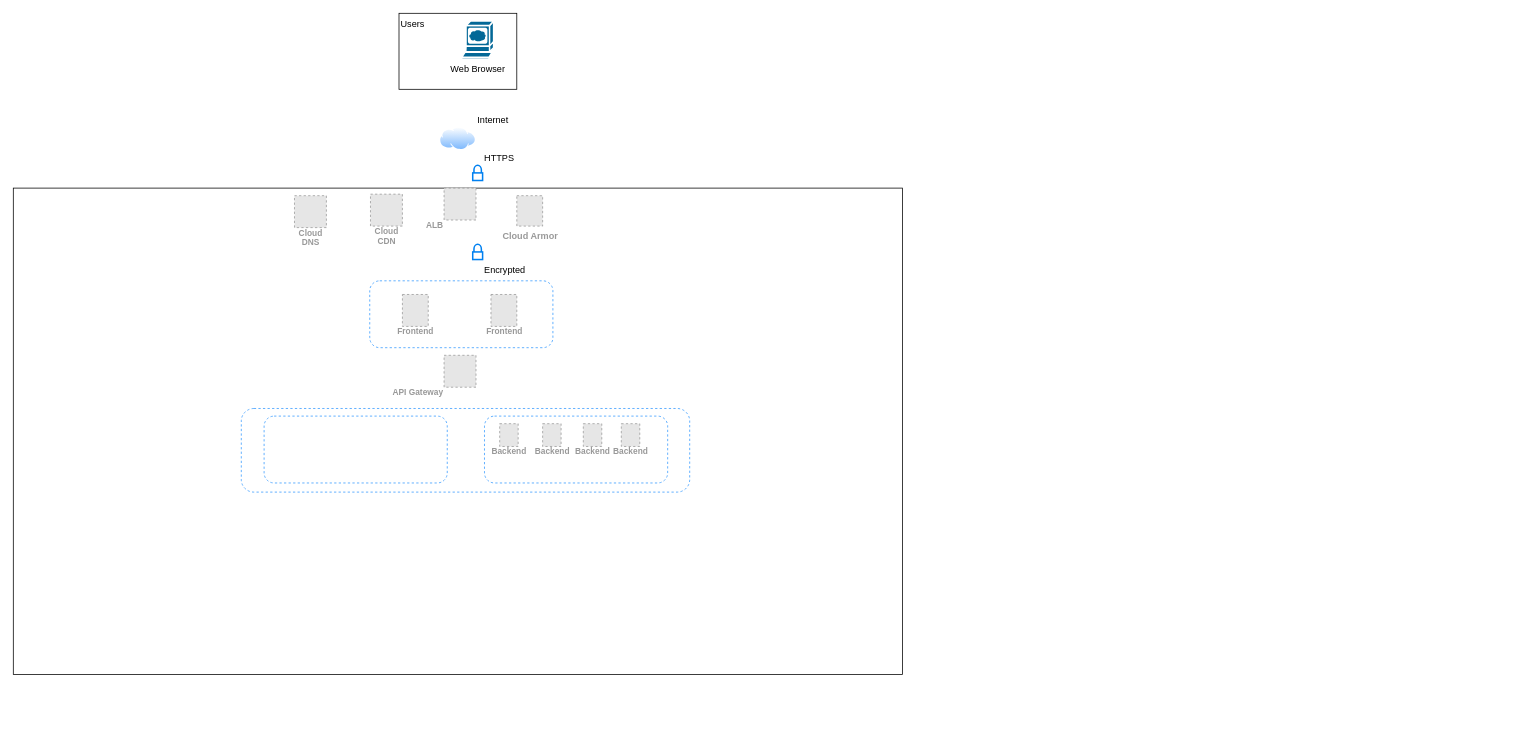
This is Untitled Diagram.drawio from shebinbabu05/CI-CD-with-Jenkins, a draw.io file, before an edit. Source tidied: cells renumbered, new cells numbered last; positions are measured from the earlier drawing's top-left corner, leaving out a move shared by most shapes. Both pictures are drawn from the tidied source at 76%, with x=0, y=0 at pixel (13, 13). Pictures stored in the file or linked from it are replaced by grey dashed boxes.
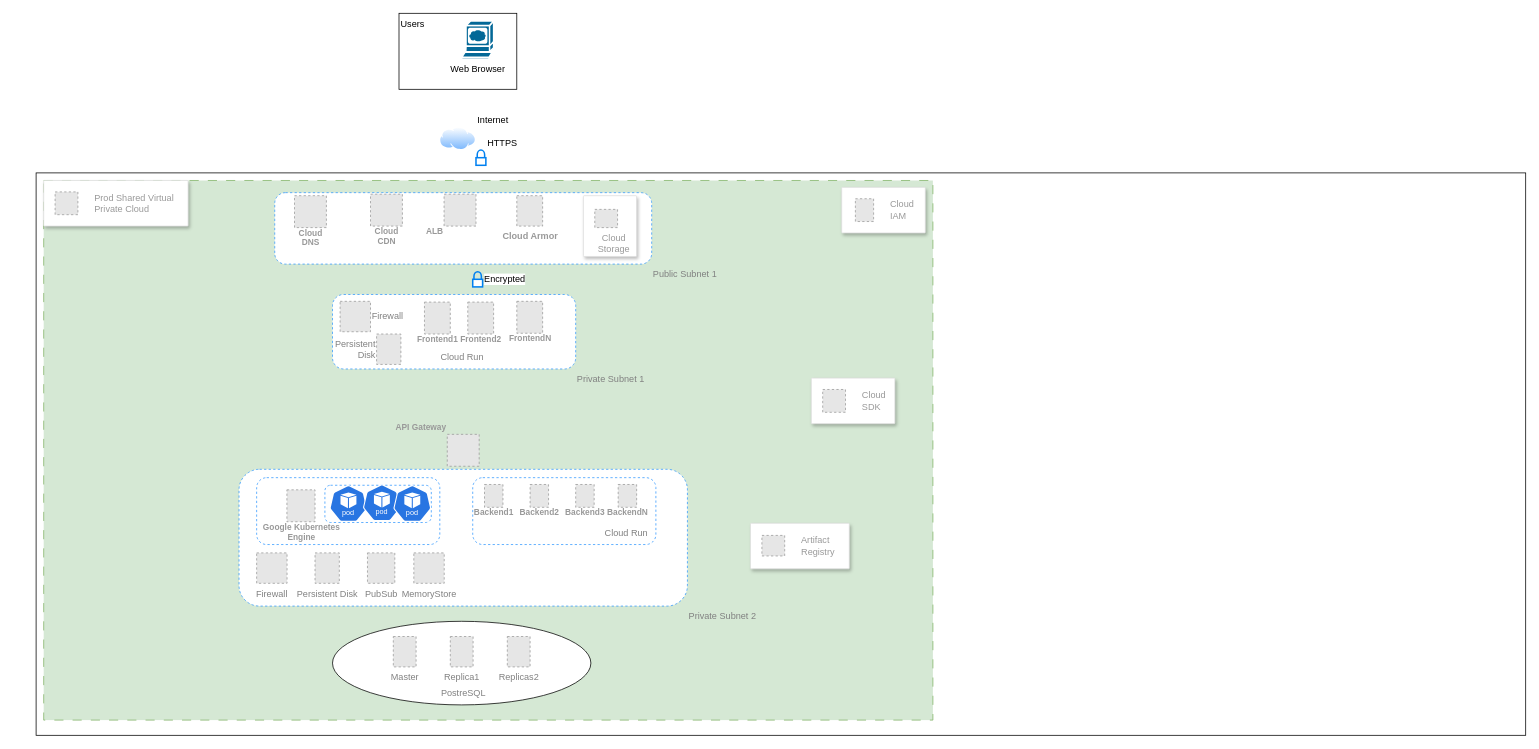
Above is the later version.

The edit, as a diff of the source:
```diff
@@
     <mxCell id="2" style="whiteSpace=wrap;html=1;" parent="1" vertex="1">
-      <mxGeometry y="230" width="1170" height="640" as="geometry" />
+      <mxGeometry x="30" y="210" width="1960" height="740" as="geometry" />
     </mxCell>
+    <mxCell id="23" style="whiteSpace=wrap;html=1;dashed=1;dashPattern=12 12;fillColor=#d5e8d4;strokeColor=#82b366;labelPosition=right;verticalLabelPosition=bottom;align=left;verticalAlign=bottom;" parent="1" vertex="1">
+      <mxGeometry x="40" y="220" width="1170" height="710" as="geometry" />
+    </mxCell>
+    <mxCell id="24" value="&lt;font color=&quot;#808080&quot;&gt;Public Subnet 1&lt;/font&gt;" style="whiteSpace=wrap;html=1;dashed=1;rounded=1;glass=0;strokeColor=#3399FF;labelPosition=right;verticalLabelPosition=bottom;align=left;verticalAlign=top;" parent="1" vertex="1">
+      <mxGeometry x="344" y="236" width="496" height="94" as="geometry" />
+    </mxCell>
-    <mxCell id="3" style="whiteSpace=wrap;html=1;dashed=1;rounded=1;glass=0;strokeColor=#3399FF;labelPosition=right;verticalLabelPosition=bottom;align=left;verticalAlign=top;" parent="1" vertex="1">
-      <mxGeometry x="469" y="352" width="241" height="88" as="geometry" />
+    <mxCell id="3" value="&lt;font color=&quot;#808080&quot;&gt;Private Subnet 1&lt;/font&gt;" style="whiteSpace=wrap;html=1;dashed=1;rounded=1;glass=0;strokeColor=#3399FF;labelPosition=right;verticalLabelPosition=bottom;align=left;verticalAlign=top;" parent="1" vertex="1">
+      <mxGeometry x="420" y="370" width="320" height="98" as="geometry" />
     </mxCell>
@@
     <mxCell id="7" value="ALB" style="fillColor=#E6E6E6;strokeColor=#999999;dashed=1;html=1;verticalAlign=top;labelPosition=left;verticalLabelPosition=bottom;align=right;spacingTop=-6;fontSize=11;fontStyle=1;fontColor=#999999;" parent="1" vertex="1">
-      <mxGeometry x="566.8" y="230" width="42" height="42" as="geometry" />
+      <mxGeometry x="566.8" y="238" width="42" height="42" as="geometry" />
     </mxCell>
-    <mxCell id="8" value="API Gateway" style="fillColor=#E6E6E6;strokeColor=#999999;dashed=1;html=1;verticalAlign=top;labelPosition=left;verticalLabelPosition=bottom;align=right;spacingTop=-6;fontSize=11;fontStyle=1;fontColor=#999999;" parent="1" vertex="1">
-      <mxGeometry x="566.8" y="450" width="42" height="42" as="geometry" />
+    <mxCell id="8" value="API Gateway" style="fillColor=#E6E6E6;strokeColor=#999999;dashed=1;html=1;verticalAlign=bottom;labelPosition=left;verticalLabelPosition=top;align=right;spacingTop=-6;fontSize=11;fontStyle=1;fontColor=#999999;" parent="1" vertex="1">
+      <mxGeometry x="571" y="554" width="42" height="42" as="geometry" />
     </mxCell>
     <mxCell id="9" value="&lt;div style=&quot;text-align: justify;&quot;&gt;HTTPS&lt;/div&gt;" style="html=1;verticalLabelPosition=top;align=left;labelBackgroundColor=#ffffff;verticalAlign=bottom;strokeWidth=2;strokeColor=#0080F0;shadow=0;dashed=0;shape=mxgraph.ios7.icons.locked;labelPosition=right;" parent="1" vertex="1">
-      <mxGeometry x="604.5" y="200" width="13" height="20" as="geometry" />
+      <mxGeometry x="608.8" y="180" width="13" height="20" as="geometry" />
     </mxCell>
-    <mxCell id="10" value="&lt;div style=&quot;text-align: justify;&quot;&gt;Encrypted&lt;/div&gt;" style="html=1;verticalLabelPosition=bottom;align=left;labelBackgroundColor=#ffffff;verticalAlign=top;strokeWidth=2;strokeColor=#0080F0;shadow=0;dashed=0;shape=mxgraph.ios7.icons.locked;labelPosition=right;" parent="1" vertex="1">
-      <mxGeometry x="604.5" y="304" width="13" height="20" as="geometry" />
+    <mxCell id="10" value="&lt;div style=&quot;text-align: justify;&quot;&gt;Encrypted&lt;/div&gt;" style="html=1;verticalLabelPosition=middle;align=left;labelBackgroundColor=#ffffff;verticalAlign=middle;strokeWidth=2;strokeColor=#0080F0;shadow=0;dashed=0;shape=mxgraph.ios7.icons.locked;labelPosition=right;" parent="1" vertex="1">
+      <mxGeometry x="604.5" y="340" width="13" height="20" as="geometry" />
     </mxCell>
@@
-    <mxCell id="14" value="Frontend" style="fillColor=#E6E6E6;strokeColor=#999999;dashed=1;html=1;verticalAlign=top;labelPosition=center;verticalLabelPosition=bottom;align=center;spacingTop=-6;fontSize=11;fontStyle=1;fontColor=#999999;" parent="1" vertex="1">
-      <mxGeometry x="512" y="370" width="34" height="42" as="geometry" />
+    <mxCell id="14" value="Frontend1" style="fillColor=#E6E6E6;strokeColor=#999999;dashed=1;html=1;verticalAlign=top;labelPosition=center;verticalLabelPosition=bottom;align=center;spacingTop=-6;fontSize=11;fontStyle=1;fontColor=#999999;" parent="1" vertex="1">
+      <mxGeometry x="541" y="380" width="34" height="42" as="geometry" />
     </mxCell>
-    <mxCell id="15" value="Frontend" style="fillColor=#E6E6E6;strokeColor=#999999;dashed=1;html=1;verticalAlign=top;labelPosition=center;verticalLabelPosition=bottom;align=center;spacingTop=-6;fontSize=11;fontStyle=1;fontColor=#999999;" parent="1" vertex="1">
-      <mxGeometry x="628.5" y="370" width="34" height="42" as="geometry" />
+    <mxCell id="15" value="Frontend2" style="fillColor=#E6E6E6;strokeColor=#999999;dashed=1;html=1;verticalAlign=top;labelPosition=center;verticalLabelPosition=bottom;align=center;spacingTop=-6;fontSize=11;fontStyle=1;fontColor=#999999;" parent="1" vertex="1">
+      <mxGeometry x="598" y="380" width="34" height="42" as="geometry" />
     </mxCell>
-    <mxCell id="16" style="whiteSpace=wrap;html=1;dashed=1;rounded=1;glass=0;strokeColor=#3399FF;labelPosition=right;verticalLabelPosition=bottom;align=left;verticalAlign=top;" parent="1" vertex="1">
-      <mxGeometry x="300" y="520" width="590" height="110" as="geometry" />
+    <mxCell id="16" value="&lt;font color=&quot;#808080&quot;&gt;Private Subnet 2&lt;/font&gt;" style="whiteSpace=wrap;html=1;dashed=1;rounded=1;glass=0;strokeColor=#3399FF;labelPosition=right;verticalLabelPosition=bottom;align=left;verticalAlign=top;" parent="1" vertex="1">
+      <mxGeometry x="297" y="600" width="590" height="180" as="geometry" />
     </mxCell>
     <mxCell id="17" style="whiteSpace=wrap;html=1;dashed=1;rounded=1;glass=0;strokeColor=#3399FF;labelPosition=right;verticalLabelPosition=bottom;align=left;verticalAlign=top;" parent="1" vertex="1">
-      <mxGeometry x="330" y="530" width="241" height="88" as="geometry" />
+      <mxGeometry x="320.2" y="611" width="241" height="88" as="geometry" />
     </mxCell>
     <mxCell id="18" style="whiteSpace=wrap;html=1;dashed=1;rounded=1;glass=0;strokeColor=#3399FF;labelPosition=right;verticalLabelPosition=bottom;align=left;verticalAlign=top;" parent="1" vertex="1">
-      <mxGeometry x="620" y="530" width="241" height="88" as="geometry" />
+      <mxGeometry x="604.5" y="611" width="241" height="88" as="geometry" />
     </mxCell>
-    <mxCell id="19" value="Backend" style="fillColor=#E6E6E6;strokeColor=#999999;dashed=1;html=1;verticalAlign=top;labelPosition=center;verticalLabelPosition=bottom;align=center;spacingTop=-6;fontSize=11;fontStyle=1;fontColor=#999999;" parent="1" vertex="1">
-      <mxGeometry x="640" y="540" width="24.3" height="30" as="geometry" />
+    <mxCell id="19" value="Backend1" style="fillColor=#E6E6E6;strokeColor=#999999;dashed=1;html=1;verticalAlign=top;labelPosition=center;verticalLabelPosition=bottom;align=center;spacingTop=-6;fontSize=11;fontStyle=1;fontColor=#999999;" parent="1" vertex="1">
+      <mxGeometry x="620" y="620" width="24.3" height="30" as="geometry" />
     </mxCell>
-    <mxCell id="20" value="Backend" style="fillColor=#E6E6E6;strokeColor=#999999;dashed=1;html=1;verticalAlign=top;labelPosition=center;verticalLabelPosition=bottom;align=center;spacingTop=-6;fontSize=11;fontStyle=1;fontColor=#999999;" parent="1" vertex="1">
-      <mxGeometry x="696.5" y="540" width="24.3" height="30" as="geometry" />
+    <mxCell id="20" value="Backend2" style="fillColor=#E6E6E6;strokeColor=#999999;dashed=1;html=1;verticalAlign=top;labelPosition=center;verticalLabelPosition=bottom;align=center;spacingTop=-6;fontSize=11;fontStyle=1;fontColor=#999999;" parent="1" vertex="1">
+      <mxGeometry x="680" y="620" width="24.3" height="30" as="geometry" />
     </mxCell>
-    <mxCell id="21" value="Backend" style="fillColor=#E6E6E6;strokeColor=#999999;dashed=1;html=1;verticalAlign=top;labelPosition=center;verticalLabelPosition=bottom;align=center;spacingTop=-6;fontSize=11;fontStyle=1;fontColor=#999999;" parent="1" vertex="1">
-      <mxGeometry x="750" y="540" width="24.3" height="30" as="geometry" />
+    <mxCell id="21" value="Backend3" style="fillColor=#E6E6E6;strokeColor=#999999;dashed=1;html=1;verticalAlign=top;labelPosition=center;verticalLabelPosition=bottom;align=center;spacingTop=-6;fontSize=11;fontStyle=1;fontColor=#999999;" parent="1" vertex="1">
+      <mxGeometry x="740" y="620" width="24.3" height="30" as="geometry" />
     </mxCell>
-    <mxCell id="22" value="Backend" style="fillColor=#E6E6E6;strokeColor=#999999;dashed=1;html=1;verticalAlign=top;labelPosition=center;verticalLabelPosition=bottom;align=center;spacingTop=-6;fontSize=11;fontStyle=1;fontColor=#999999;" parent="1" vertex="1">
-      <mxGeometry x="800" y="540" width="24.3" height="30" as="geometry" />
+    <mxCell id="22" value="BackendN" style="fillColor=#E6E6E6;strokeColor=#999999;dashed=1;html=1;verticalAlign=top;labelPosition=center;verticalLabelPosition=bottom;align=center;spacingTop=-6;fontSize=11;fontStyle=1;fontColor=#999999;" parent="1" vertex="1">
+      <mxGeometry x="795.9" y="620" width="24.3" height="30" as="geometry" />
     </mxCell>
+    <mxCell id="25" style="strokeColor=#dddddd;shadow=1;strokeWidth=1;rounded=1;absoluteArcSize=1;arcSize=2;" parent="1" vertex="1">
+      <mxGeometry x="750.1" y="240" width="70" height="80" as="geometry" />
+    </mxCell>
+    <mxCell id="26" value="Cloud&#10;Storage" style="fillColor=#E6E6E6;strokeColor=#999999;dashed=1;html=1;fontColor=#999999;verticalLabelPosition=bottom;verticalAlign=top;labelPosition=center;align=center;spacingLeft=20;" parent="25" vertex="1">
+      <mxGeometry width="30" height="24" relative="1" as="geometry">
+        <mxPoint x="15" y="18" as="offset" />
+      </mxGeometry>
+    </mxCell>
+    <mxCell id="27" value="&lt;font color=&quot;#808080&quot;&gt;Cloud Run&amp;nbsp;&lt;/font&gt;" style="text;strokeColor=none;align=center;fillColor=none;html=1;verticalAlign=middle;whiteSpace=wrap;rounded=0;" parent="1" vertex="1">
+      <mxGeometry x="554.5" y="438" width="75" height="30" as="geometry" />
+    </mxCell>
+    <mxCell id="28" value="&lt;font color=&quot;#808080&quot;&gt;Cloud Run&amp;nbsp;&lt;/font&gt;" style="text;strokeColor=none;align=center;fillColor=none;html=1;verticalAlign=middle;whiteSpace=wrap;rounded=0;" parent="1" vertex="1">
+      <mxGeometry x="770.5" y="669" width="75" height="30" as="geometry" />
+    </mxCell>
+    <mxCell id="29" value="FrontendN" style="fillColor=#E6E6E6;strokeColor=#999999;dashed=1;html=1;verticalAlign=top;labelPosition=center;verticalLabelPosition=bottom;align=center;spacingTop=-6;fontSize=11;fontStyle=1;fontColor=#999999;" parent="1" vertex="1">
+      <mxGeometry x="662.5" y="379" width="34" height="42" as="geometry" />
+    </mxCell>
+    <mxCell id="30" style="strokeColor=#dddddd;shadow=1;strokeWidth=1;rounded=1;absoluteArcSize=1;arcSize=2;" parent="1" vertex="1">
+      <mxGeometry x="1090" y="229" width="110" height="60" as="geometry" />
+    </mxCell>
+    <mxCell id="31" value="Cloud&#10;IAM" style="fillColor=#E6E6E6;strokeColor=#999999;dashed=1;html=1;fontColor=#999999;verticalLabelPosition=middle;verticalAlign=middle;labelPosition=right;align=left;spacingLeft=20;" parent="30" vertex="1">
+      <mxGeometry width="24" height="30" relative="1" as="geometry">
+        <mxPoint x="18" y="15" as="offset" />
+      </mxGeometry>
+    </mxCell>
+    <mxCell id="32" style="strokeColor=#dddddd;shadow=1;strokeWidth=1;rounded=1;absoluteArcSize=1;arcSize=2;" parent="1" vertex="1">
+      <mxGeometry x="1050" y="480" width="110" height="60" as="geometry" />
+    </mxCell>
+    <mxCell id="33" value="Cloud&#10;SDK" style="fillColor=#E6E6E6;strokeColor=#999999;dashed=1;html=1;fontColor=#999999;verticalLabelPosition=middle;verticalAlign=middle;labelPosition=right;align=left;spacingLeft=20;" parent="32" vertex="1">
+      <mxGeometry width="30" height="30" relative="1" as="geometry">
+        <mxPoint x="15" y="15" as="offset" />
+      </mxGeometry>
+    </mxCell>
+    <mxCell id="34" style="strokeColor=#dddddd;shadow=1;strokeWidth=1;rounded=1;absoluteArcSize=1;arcSize=2;" parent="1" vertex="1">
+      <mxGeometry x="970" y="671" width="130" height="60" as="geometry" />
+    </mxCell>
+    <mxCell id="35" value="Artifact&#10;Registry" style="fillColor=#E6E6E6;strokeColor=#999999;dashed=1;html=1;fontColor=#999999;verticalLabelPosition=middle;verticalAlign=middle;labelPosition=right;align=left;spacingLeft=20;" parent="34" vertex="1">
+      <mxGeometry width="30" height="27" relative="1" as="geometry">
+        <mxPoint x="15" y="16" as="offset" />
+      </mxGeometry>
+    </mxCell>
+    <mxCell id="36" value="Google Kubernetes&#10;Engine" style="fillColor=#E6E6E6;strokeColor=#999999;dashed=1;html=1;verticalAlign=top;labelPosition=center;verticalLabelPosition=bottom;align=center;spacingTop=-6;fontSize=11;fontStyle=1;fontColor=#999999;" parent="1" vertex="1">
+      <mxGeometry x="360" y="627" width="37" height="42" as="geometry" />
+    </mxCell>
+    <mxCell id="37" style="whiteSpace=wrap;html=1;dashed=1;rounded=1;glass=0;strokeColor=#3399FF;labelPosition=right;verticalLabelPosition=bottom;align=left;verticalAlign=top;" parent="1" vertex="1">
+      <mxGeometry x="410" y="621" width="140" height="49" as="geometry" />
+    </mxCell>
+    <mxCell id="38" style="sketch=0;html=1;dashed=0;whitespace=wrap;fillColor=#2875E2;strokeColor=#ffffff;shape=mxgraph.kubernetes.icon2;kubernetesLabel=1;prIcon=pod;" parent="1" vertex="1">
+      <mxGeometry x="416" y="621" width="50" height="48" as="geometry" />
+    </mxCell>
+    <mxCell id="39" style="sketch=0;html=1;dashed=0;whitespace=wrap;fillColor=#2875E2;strokeColor=#ffffff;shape=mxgraph.kubernetes.icon2;kubernetesLabel=1;prIcon=pod;" parent="1" vertex="1">
+      <mxGeometry x="460" y="620" width="50" height="48" as="geometry" />
+    </mxCell>
+    <mxCell id="40" style="sketch=0;html=1;dashed=0;whitespace=wrap;fillColor=#2875E2;strokeColor=#ffffff;shape=mxgraph.kubernetes.icon2;kubernetesLabel=1;prIcon=pod;" parent="1" vertex="1">
+      <mxGeometry x="500" y="621" width="50" height="48" as="geometry" />
+    </mxCell>
+    <mxCell id="41" style="strokeColor=#dddddd;shadow=1;strokeWidth=1;rounded=1;absoluteArcSize=1;arcSize=2;" parent="1" vertex="1">
+      <mxGeometry x="40" y="220" width="190" height="60" as="geometry" />
+    </mxCell>
+    <mxCell id="42" value="Prod Shared Virtual&lt;br&gt;Private Cloud" style="fillColor=#E6E6E6;strokeColor=#999999;dashed=1;html=1;fontColor=#999999;verticalLabelPosition=middle;verticalAlign=middle;labelPosition=right;align=left;spacingLeft=20;" parent="41" vertex="1">
+      <mxGeometry width="30" height="30" relative="1" as="geometry">
+        <mxPoint x="15" y="15" as="offset" />
+      </mxGeometry>
+    </mxCell>
+    <mxCell id="43" style="ellipse;whiteSpace=wrap;html=1;labelPosition=right;verticalLabelPosition=bottom;align=left;verticalAlign=top;" parent="1" vertex="1">
+      <mxGeometry x="420" y="800" width="340" height="110" as="geometry" />
+    </mxCell>
+    <mxCell id="44" value="Master" style="fillColor=#E6E6E6;strokeColor=#999999;dashed=1;html=1;verticalLabelPosition=bottom;labelBackgroundColor=#ffffff;verticalAlign=top;fontColor=#808080;" parent="1" vertex="1">
+      <mxGeometry x="500" y="820" width="30" height="40" as="geometry" />
+    </mxCell>
+    <mxCell id="45" value="Replica1" style="fillColor=#E6E6E6;strokeColor=#999999;dashed=1;html=1;verticalLabelPosition=bottom;labelBackgroundColor=#ffffff;verticalAlign=top;fontColor=#808080;" parent="1" vertex="1">
+      <mxGeometry x="575" y="820" width="30" height="40" as="geometry" />
+    </mxCell>
+    <mxCell id="46" value="Replicas2" style="fillColor=#E6E6E6;strokeColor=#999999;dashed=1;html=1;verticalLabelPosition=bottom;labelBackgroundColor=#ffffff;verticalAlign=top;fontColor=#808080;" parent="1" vertex="1">
+      <mxGeometry x="650" y="820" width="30" height="40" as="geometry" />
+    </mxCell>
+    <mxCell id="47" value="&lt;font color=&quot;#808080&quot;&gt;PostreSQL&lt;/font&gt;" style="text;strokeColor=none;align=center;fillColor=none;html=1;verticalAlign=middle;whiteSpace=wrap;rounded=0;" parent="1" vertex="1">
+      <mxGeometry x="554.5" y="880" width="75" height="30" as="geometry" />
+    </mxCell>
+    <mxCell id="48" value="Firewall" style="fillColor=#E6E6E6;strokeColor=#999999;dashed=1;html=1;verticalLabelPosition=middle;labelBackgroundColor=#ffffff;verticalAlign=middle;fontColor=#808080;labelPosition=right;align=left;" parent="1" vertex="1">
+      <mxGeometry x="430" y="379" width="40" height="40" as="geometry" />
+    </mxCell>
+    <mxCell id="49" value="&lt;font color=&quot;#808080&quot;&gt;Persistent&lt;br&gt;Disk&lt;br&gt;&lt;/font&gt;" style="fillColor=#E6E6E6;strokeColor=#999999;dashed=1;html=1;verticalLabelPosition=middle;labelBackgroundColor=#ffffff;verticalAlign=middle;labelPosition=left;align=right;" parent="1" vertex="1">
+      <mxGeometry x="478" y="422" width="32" height="40" as="geometry" />
+    </mxCell>
+    <mxCell id="50" value="Firewall" style="fillColor=#E6E6E6;strokeColor=#999999;dashed=1;html=1;verticalLabelPosition=bottom;labelBackgroundColor=#ffffff;verticalAlign=top;fontColor=#808080;labelPosition=center;align=center;" parent="1" vertex="1">
+      <mxGeometry x="320.2" y="710" width="40" height="40" as="geometry" />
+    </mxCell>
+    <mxCell id="51" value="&lt;font color=&quot;#808080&quot;&gt;Persistent Disk&lt;br&gt;&lt;/font&gt;" style="fillColor=#E6E6E6;strokeColor=#999999;dashed=1;html=1;verticalLabelPosition=bottom;labelBackgroundColor=#ffffff;verticalAlign=top;labelPosition=center;align=center;" parent="1" vertex="1">
+      <mxGeometry x="397" y="710" width="32" height="40" as="geometry" />
+    </mxCell>
+    <mxCell id="52" value="PubSub" style="fillColor=#E6E6E6;strokeColor=#999999;dashed=1;html=1;verticalLabelPosition=bottom;labelBackgroundColor=#ffffff;verticalAlign=top;fontColor=#808080;" parent="1" vertex="1">
+      <mxGeometry x="466" y="710" width="36" height="40" as="geometry" />
+    </mxCell>
+    <mxCell id="53" value="MemoryStore" style="fillColor=#E6E6E6;strokeColor=#999999;dashed=1;html=1;verticalLabelPosition=bottom;labelBackgroundColor=#ffffff;verticalAlign=top;fontColor=#808080;" parent="1" vertex="1">
+      <mxGeometry x="527" y="710" width="40" height="40" as="geometry" />
+    </mxCell>
```
